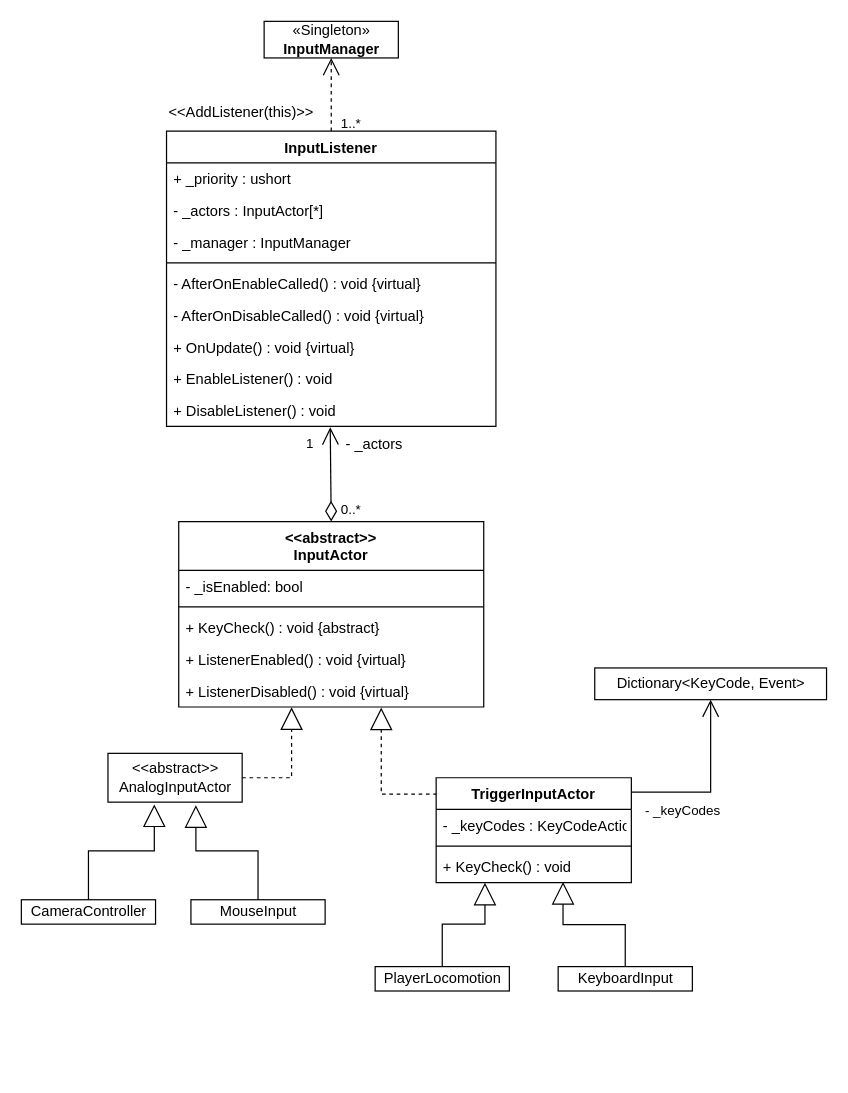
Before: Assets/Diagram/XCom.drawio in O-pera/MOBA, a draw.io diagram. Source tidied: cells renumbered, new cells numbered last; positions are measured from the earlier drawing's top-left corner, leaving out a move shared by most shapes. Both pictures are drawn from the tidied source at 122%, with x=0, y=0 at pixel (21, 21).
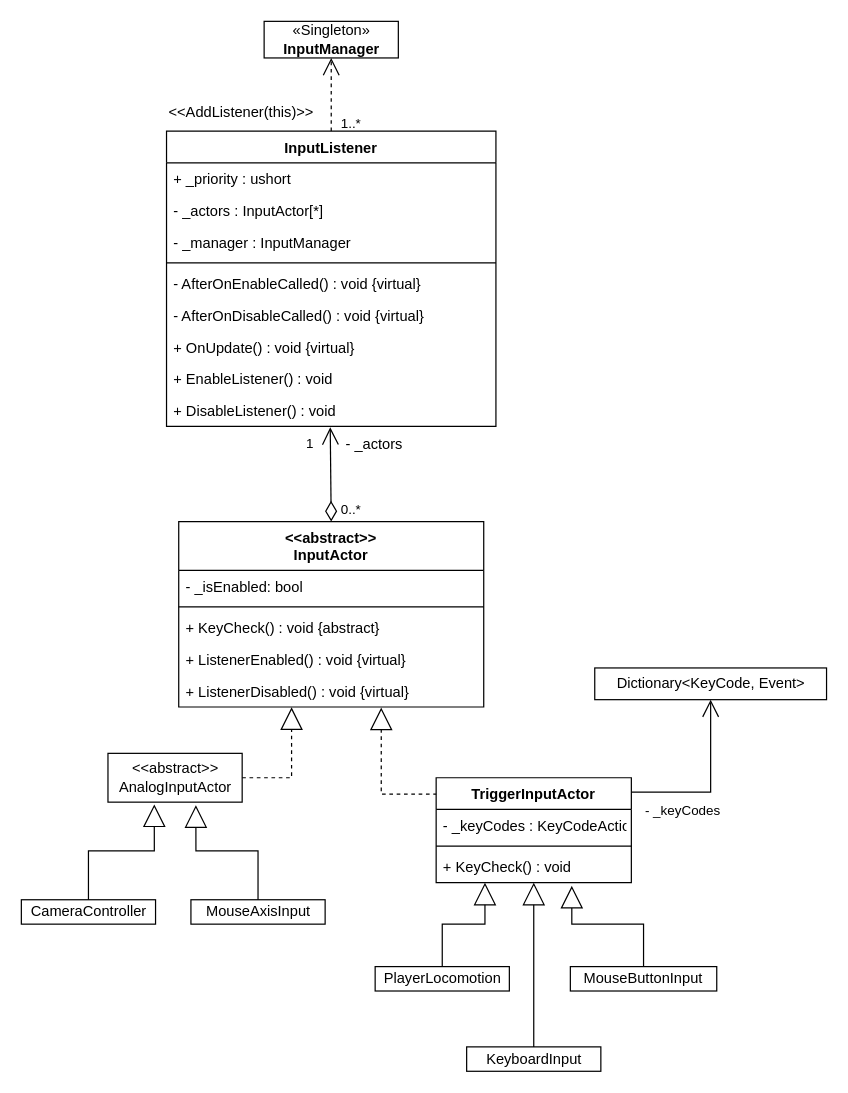
The same page after the edit.

Unchanged cells that the change refers to:
```xml
<mxCell id="41" value="+ KeyCheck() : void" style="text;strokeColor=none;fillColor=none;align=left;verticalAlign=top;spacingLeft=4;spacingRight=4;overflow=hidden;points=[[0,0.5],[1,0.5]];portConstraint=eastwest;fontSize=12;fontFamily=Helvetica;fontColor=default;" parent="38" vertex="1">
  <mxGeometry y="60" width="160" height="26" as="geometry" />
</mxCell>
```

Diff of the diagram source:
```diff
@@
     <mxCell id="30" value="KeyboardInput" style="html=1;" parent="1" vertex="1">
-      <mxGeometry x="440" y="774.8" width="110" height="20" as="geometry" />
+      <mxGeometry x="365" y="840.6" width="110" height="20" as="geometry" />
     </mxCell>
-    <mxCell id="31" value="MouseInput" style="html=1;" parent="1" vertex="1">
+    <mxCell id="31" value="MouseAxisInput" style="html=1;" parent="1" vertex="1">
       <mxGeometry x="139" y="720" width="110" height="20" as="geometry" />
     </mxCell>
@@
-    <mxCell id="36" style="endArrow=block;endSize=16;endFill=0;html=1;rounded=0;exitX=0.5;exitY=0;exitDx=0;exitDy=0;entryX=0.65;entryY=0.977;entryDx=0;entryDy=0;entryPerimeter=0;edgeStyle=orthogonalEdgeStyle;" parent="1" edge="1" source="30" target="41">
-      <mxGeometry x="-0.08" y="-20" relative="1" as="geometry">
-        <mxPoint x="1" as="offset" />
+    <mxCell id="36" style="endArrow=block;endSize=16;endFill=0;html=1;rounded=0;exitX=0.5;exitY=0;exitDx=0;exitDy=0;entryX=0.469;entryY=0.977;entryDx=0;entryDy=0;entryPerimeter=0;edgeStyle=orthogonalEdgeStyle;" parent="1" edge="1" source="30">
+      <mxGeometry relative="1" as="geometry">
+        <mxPoint x="420" y="706" as="targetPoint" />
       </mxGeometry>
     </mxCell>
@@
+    <mxCell id="42" value="MouseButtonInput" style="rounded=0;whiteSpace=wrap;html=1;" parent="1" vertex="1">
+      <mxGeometry x="450" y="774.8" width="120" height="20" as="geometry" />
+    </mxCell>
+    <mxCell id="43" style="endArrow=block;endSize=16;endFill=0;html=1;rounded=0;exitX=0.5;exitY=0;exitDx=0;exitDy=0;entryX=0.695;entryY=1.1;entryDx=0;entryDy=0;entryPerimeter=0;edgeStyle=orthogonalEdgeStyle;" parent="1" edge="1" source="42" target="41">
+      <mxGeometry relative="1" as="geometry">
+        <Array as="points">
+          <mxPoint x="510" y="740" />
+          <mxPoint x="451" y="740" />
+        </Array>
+      </mxGeometry>
+    </mxCell>
```
